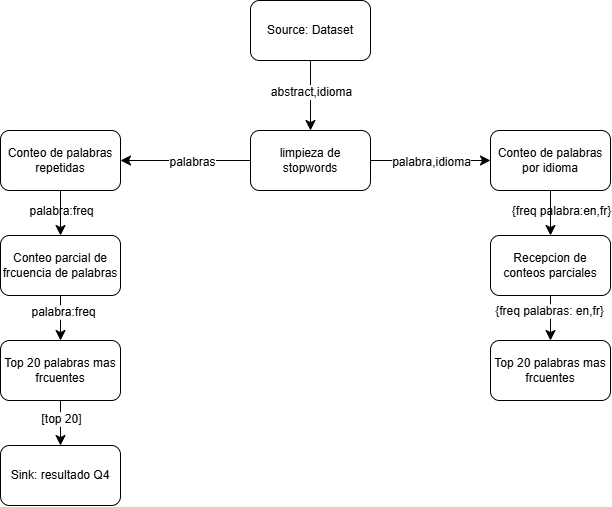
LuccaMarino/tp-grupal_Distribuidos keeps this draw.io diagram as diseño/diagramas/DAG_Q3y4.png. Above is the earlier version. Source tidied: cells renumbered, new cells last; positions are measured from the earlier drawing's top-left corner, leaving out a move shared by most shapes.
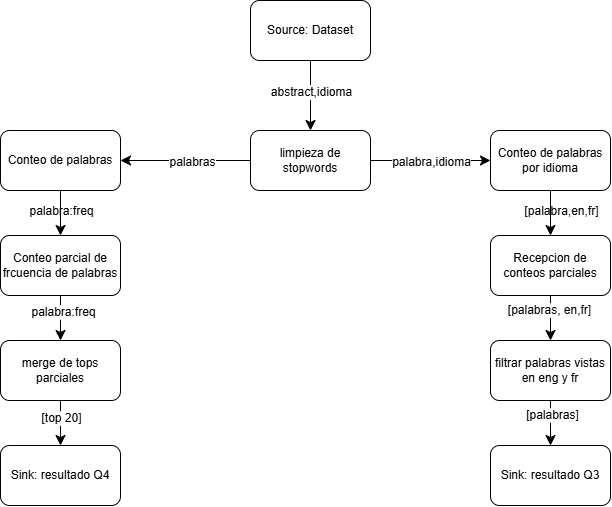
After the change.

The edit, as a diff of the source:
```diff
@@ -11,77 +11,86 @@
     <mxCell id="4" value="Source: Dataset" style="rounded=1;whiteSpace=wrap;html=1;roundedPerimeter=1;" parent="1" vertex="1">
       <mxGeometry x="250" width="120" height="60" as="geometry" />
     </mxCell>
-    <mxCell id="5" style="edgeStyle=none;curved=1;rounded=0;curveGeometry=1;jettySize=auto;html=1;fontSize=12;startSize=8;endSize=8;entryX=1;entryY=0.5;entryDx=0;entryDy=0;" parent="1" edge="1" source="11" target="16">
-      <mxGeometry relative="1" as="geometry" />
-    </mxCell>
+    <mxCell id="27" style="edgeStyle=none;curved=1;rounded=0;curveGeometry=1;jettySize=auto;html=1;fontSize=12;startSize=8;endSize=8;entryX=1;entryY=0.5;entryDx=0;entryDy=0;" parent="1" edge="1" source="11" target="31">
+      <mxGeometry relative="1" as="geometry" />
+    </mxCell>
-    <mxCell id="6" value="palabra:freq" style="edgeLabel;html=1;align=center;verticalAlign=middle;fontSize=12;" parent="5" vertex="1">
+    <mxCell id="6" value="palabra:freq" style="edgeLabel;html=1;align=center;verticalAlign=middle;fontSize=12;" parent="27" vertex="1">
       <mxGeometry x="-0.14" relative="1" as="geometry">
         <mxPoint x="-134" y="50" as="offset" />
       </mxGeometry>
     </mxCell>
-    <mxCell id="7" value="palabras" style="edgeLabel;html=1;align=center;verticalAlign=middle;inheritText=1;fontSize=12;" parent="5" vertex="1">
+    <mxCell id="7" value="palabras" style="edgeLabel;html=1;align=center;verticalAlign=middle;inheritText=1;fontSize=12;" parent="27" vertex="1">
       <mxGeometry x="-0.09" y="1" relative="1" as="geometry" />
     </mxCell>
     <mxCell id="8" style="edgeStyle=none;curved=1;rounded=0;curveGeometry=1;jettySize=auto;html=1;fontSize=12;defaultLabelBackgroundColor=page;startSize=8;endSize=8;" parent="1" edge="1" source="11" target="18">
       <mxGeometry relative="1" as="geometry" />
     </mxCell>
-    <mxCell id="9" value="{freq palabra:en,fr}" style="edgeLabel;html=1;align=center;verticalAlign=middle;inheritText=1;fontSize=12;defaultLabelBackgroundColor=page;" parent="8" vertex="1">
-      <mxGeometry x="-0.14" y="1" relative="1" as="geometry">
-        <mxPoint x="138" y="51" as="offset" />
-      </mxGeometry>
-    </mxCell>
+    <mxCell id="28" value="[palabra,en,fr]" style="edgeLabel;html=1;align=center;verticalAlign=middle;inheritText=1;fontSize=12;defaultLabelBackgroundColor=page;" parent="8" vertex="1">
+      <mxGeometry x="-0.14" y="1" relative="1" as="geometry">
+        <mxPoint x="138" y="51" as="offset" />
+      </mxGeometry>
+    </mxCell>
     <mxCell id="10" value="palabra,idioma" style="edgeLabel;html=1;align=center;verticalAlign=middle;inheritText=1;fontSize=12;defaultLabelBackgroundColor=page;" parent="8" vertex="1">
       <mxGeometry y="-1" relative="1" as="geometry" />
     </mxCell>
     <mxCell id="11" value="limpieza de stopwords" style="rounded=1;whiteSpace=wrap;html=1;roundedPerimeter=1;" parent="1" vertex="1">
       <mxGeometry x="250" y="130" width="120" height="60" as="geometry" />
     </mxCell>
-    <mxCell id="12" style="edgeStyle=none;curved=1;rounded=0;curveGeometry=1;jettySize=auto;html=1;entryX=0.5;entryY=0;entryDx=0;entryDy=0;fontSize=12;defaultLabelBackgroundColor=page;startSize=8;endSize=8;" parent="1" edge="1" source="14" target="21">
-      <mxGeometry relative="1" as="geometry" />
-    </mxCell>
+    <mxCell id="29" style="edgeStyle=none;curved=1;rounded=0;curveGeometry=1;jettySize=auto;html=1;entryX=0.5;entryY=0;entryDx=0;entryDy=0;fontSize=12;defaultLabelBackgroundColor=page;startSize=8;endSize=8;" parent="1" edge="1" source="14" target="33">
+      <mxGeometry relative="1" as="geometry" />
+    </mxCell>
-    <mxCell id="13" value="palabra:freq" style="edgeLabel;html=1;align=center;verticalAlign=middle;inheritText=1;fontSize=12;defaultLabelBackgroundColor=page;" parent="12" vertex="1">
+    <mxCell id="13" value="palabra:freq" style="edgeLabel;html=1;align=center;verticalAlign=middle;inheritText=1;fontSize=12;defaultLabelBackgroundColor=page;" parent="29" vertex="1">
       <mxGeometry x="-0.29" y="2" relative="1" as="geometry" />
     </mxCell>
     <mxCell id="14" value="Conteo parcial de frcuencia de palabras" style="rounded=1;whiteSpace=wrap;html=1;roundedPerimeter=1;" parent="1" vertex="1">
       <mxGeometry y="235" width="120" height="60" as="geometry" />
     </mxCell>
-    <mxCell id="15" style="edgeStyle=none;curved=1;rounded=0;curveGeometry=1;jettySize=auto;html=1;fontSize=12;startSize=8;endSize=8;" parent="1" edge="1" source="16" target="14">
-      <mxGeometry relative="1" as="geometry" />
-    </mxCell>
-    <mxCell id="16" value="Conteo de palabras repetidas" style="rounded=1;whiteSpace=wrap;html=1;" parent="1" vertex="1">
-      <mxGeometry y="130" width="120" height="60" as="geometry" />
-    </mxCell>
+    <mxCell id="30" style="edgeStyle=none;curved=1;rounded=0;curveGeometry=1;jettySize=auto;html=1;fontSize=12;startSize=8;endSize=8;" parent="1" edge="1" source="31" target="14">
+      <mxGeometry relative="1" as="geometry" />
+    </mxCell>
+    <mxCell id="31" value="Conteo de palabras" style="rounded=1;whiteSpace=wrap;html=1;" parent="1" vertex="1">
+      <mxGeometry y="130" width="120" height="60" as="geometry" />
+    </mxCell>
     <mxCell id="17" style="edgeStyle=none;curved=1;rounded=0;curveGeometry=1;jettySize=auto;html=1;fontSize=12;defaultLabelBackgroundColor=page;startSize=8;endSize=8;" parent="1" edge="1" source="18" target="24">
       <mxGeometry relative="1" as="geometry" />
     </mxCell>
     <mxCell id="18" value="Conteo de palabras por idioma" style="rounded=1;whiteSpace=wrap;html=1;roundedPerimeter=1;" parent="1" vertex="1">
       <mxGeometry x="490" y="130" width="120" height="60" as="geometry" />
     </mxCell>
-    <mxCell id="19" style="edgeStyle=none;curved=1;rounded=0;curveGeometry=1;jettySize=auto;html=1;entryX=0.5;entryY=0;entryDx=0;entryDy=0;fontSize=12;defaultLabelBackgroundColor=page;startSize=8;endSize=8;" parent="1" edge="1" source="21" target="25">
-      <mxGeometry relative="1" as="geometry" />
-    </mxCell>
+    <mxCell id="32" style="edgeStyle=none;curved=1;rounded=0;curveGeometry=1;jettySize=auto;html=1;entryX=0.5;entryY=0;entryDx=0;entryDy=0;fontSize=12;defaultLabelBackgroundColor=page;startSize=8;endSize=8;" parent="1" edge="1" source="33" target="25">
+      <mxGeometry relative="1" as="geometry" />
+    </mxCell>
-    <mxCell id="20" value="[top 20]" style="edgeLabel;html=1;align=center;verticalAlign=middle;inheritText=1;fontSize=12;defaultLabelBackgroundColor=page;" parent="19" vertex="1">
+    <mxCell id="20" value="[top 20]" style="edgeLabel;html=1;align=center;verticalAlign=middle;inheritText=1;fontSize=12;defaultLabelBackgroundColor=page;" parent="32" vertex="1">
       <mxGeometry x="-0.2" relative="1" as="geometry" />
     </mxCell>
-    <mxCell id="21" value="Top 20 palabras mas frcuentes" style="rounded=1;whiteSpace=wrap;html=1;roundedPerimeter=1;" parent="1" vertex="1">
-      <mxGeometry y="340" width="120" height="60" as="geometry" />
-    </mxCell>
-    <mxCell id="22" style="edgeStyle=none;curved=1;rounded=0;curveGeometry=1;jettySize=auto;html=1;entryX=0.5;entryY=0;entryDx=0;entryDy=0;fontSize=12;defaultLabelBackgroundColor=page;startSize=8;endSize=8;" parent="1" edge="1" source="24">
-      <mxGeometry relative="1" as="geometry">
-        <mxPoint x="550" y="340" as="targetPoint" />
-      </mxGeometry>
-    </mxCell>
-    <mxCell id="23" value="{freq palabras: en,fr}" style="edgeLabel;html=1;align=center;verticalAlign=middle;inheritText=1;fontSize=12;defaultLabelBackgroundColor=page;" parent="22" vertex="1">
-      <mxGeometry x="-0.32" y="-2" relative="1" as="geometry" />
-    </mxCell>
+    <mxCell id="33" value="merge de tops parciales" style="rounded=1;whiteSpace=wrap;html=1;roundedPerimeter=1;" parent="1" vertex="1">
+      <mxGeometry y="340" width="120" height="60" as="geometry" />
+    </mxCell>
+    <mxCell id="34" style="edgeStyle=none;curved=1;rounded=0;curveGeometry=1;jettySize=auto;html=1;entryX=0.5;entryY=0;entryDx=0;entryDy=0;fontSize=12;defaultLabelBackgroundColor=page;startSize=8;endSize=8;" parent="1" edge="1" source="24">
+      <mxGeometry relative="1" as="geometry">
+        <mxPoint x="550" y="340" as="targetPoint" />
+      </mxGeometry>
+    </mxCell>
+    <mxCell id="35" value="[palabras, en,fr]" style="edgeLabel;html=1;align=center;verticalAlign=middle;inheritText=1;fontSize=12;defaultLabelBackgroundColor=page;" parent="34" vertex="1">
+      <mxGeometry x="-0.32" y="-2" relative="1" as="geometry" />
+    </mxCell>
     <mxCell id="24" value="Recepcion de conteos parciales" style="rounded=1;whiteSpace=wrap;html=1;roundedPerimeter=1;" parent="1" vertex="1">
       <mxGeometry x="490" y="235" width="120" height="60" as="geometry" />
     </mxCell>
     <mxCell id="25" value="Sink: resultado Q4" style="rounded=1;whiteSpace=wrap;html=1;roundedPerimeter=1;" parent="1" vertex="1">
       <mxGeometry y="445" width="120" height="60" as="geometry" />
     </mxCell>
-    <mxCell id="26" value="Top 20 palabras mas frcuentes" style="rounded=1;whiteSpace=wrap;html=1;roundedPerimeter=1;" parent="1" vertex="1">
-      <mxGeometry x="490" y="340" width="120" height="60" as="geometry" />
-    </mxCell>
+    <mxCell id="36" style="edgeStyle=none;curved=1;rounded=0;curveGeometry=1;jettySize=auto;html=1;entryX=0.5;entryY=0;entryDx=0;entryDy=0;fontSize=12;defaultLabelBackgroundColor=page;startSize=8;endSize=8;" parent="1" edge="1" source="38" target="39">
+      <mxGeometry relative="1" as="geometry" />
+    </mxCell>
+    <mxCell id="37" value="[palabras]" style="edgeLabel;html=1;align=center;verticalAlign=middle;inheritText=1;fontSize=12;defaultLabelBackgroundColor=page;" parent="36" vertex="1">
+      <mxGeometry x="-0.31" y="1" relative="1" as="geometry" />
+    </mxCell>
+    <mxCell id="38" value="filtrar palabras vistas en eng y fr" style="rounded=1;whiteSpace=wrap;html=1;roundedPerimeter=1;" parent="1" vertex="1">
+      <mxGeometry x="490" y="340" width="120" height="60" as="geometry" />
+    </mxCell>
+    <mxCell id="39" value="Sink: resultado Q3" style="rounded=1;whiteSpace=wrap;html=1;roundedPerimeter=1;" parent="1" vertex="1">
+      <mxGeometry x="490" y="445" width="120" height="60" as="geometry" />
+    </mxCell>
   </root>
 </mxGraphModel>
```
